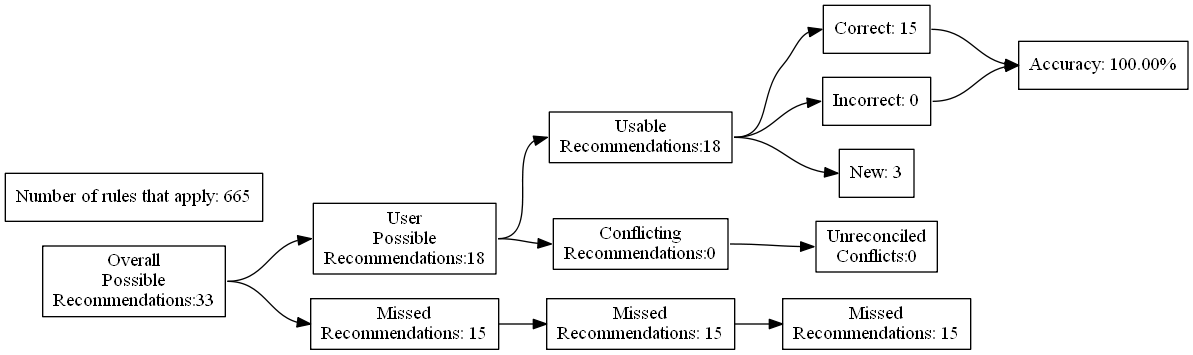
ZaxR/ibd_diet_analysis keeps this Graphviz diagram as test_renders/40.gv.png. Above is the earlier version. Its source is kept beside it as test_renders/40.gv.
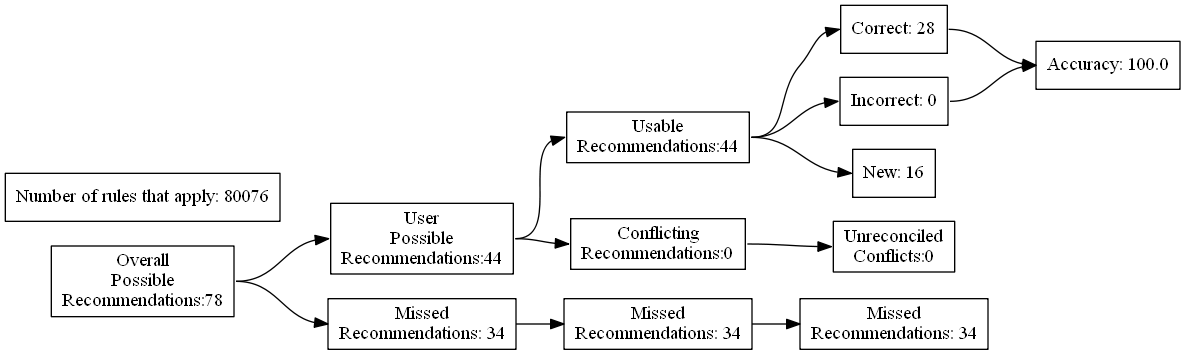
The same diagram one commit later.

What changed in the source:
```diff
@@ -4,27 +4,27 @@
 	edge [headport=w tailport=e]
 		A [label="Overall
 Possible
-Recommendations:33"]
+Recommendations:78"]
 		B [label="User
 Possible
-Recommendations:18"]
+Recommendations:44"]
 		C [label="Missed
-Recommendations: 15"]
+Recommendations: 34"]
 		D [label="Usable
-Recommendations:18"]
+Recommendations:44"]
 		E [label="Conflicting
 Recommendations:0"]
 		J [label="Missed
-Recommendations: 15"]
+Recommendations: 34"]
 		M [label="Unreconciled
 Conflicts:0"]
-		F [label="Correct: 15"]
+		F [label="Correct: 28"]
 		G [label="Incorrect: 0"]
-		H [label="New: 3"]
+		H [label="New: 16"]
 		K [label="Missed
-Recommendations: 15"]
-		I [label="Accuracy: 100.00%"]
-		l [label="Number of rules that apply: 665"]
+Recommendations: 34"]
+		I [label="Accuracy: 100.0"]
+		l [label="Number of rules that apply: 80076"]
 			A -> B
 			A -> C
 			B -> D
```
